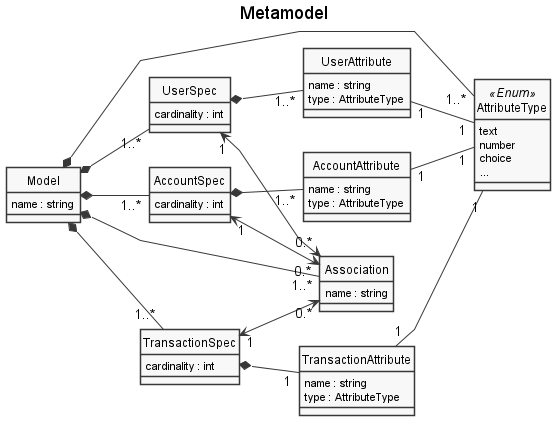
This is diagrams/metamodel.png from PeFerreira98/ISEP.Master.EDOM_2021, a PlantUML export, as it was before one commit. The source it was exported from:
```plantuml
@startuml metamodel.png

left to right direction

skinparam linetype polyline
skinparam monochrome true
skinparam packageStyle rect
skinparam shadowing false


title Metamodel

class Model {
    name : string
}

class UserSpec {
    cardinality : int
}

class UserAttribute {
    name : string
    type : AttributeType
}

class AccountSpec {
    cardinality : int
}

class AccountAttribute {
    name : string
    type : AttributeType
}

class TransactionSpec {
    cardinality : int
}

class TransactionAttribute {
    name : string
    type : AttributeType
}

class Association {
    name : string
}

class AttributeType <<Enum>> {
    text
    number
    choice
    ...
}

Model *--- "1..*" AttributeType

Model *-- "1..*" UserSpec
UserSpec *-- "1..*" UserAttribute
UserAttribute "1" -- "1" AttributeType

Model *-- "1..*" AccountSpec
AccountSpec *-- "1..*" AccountAttribute
AccountAttribute "1" -- "1" AttributeType

Model *-- "1..*" TransactionSpec
TransactionSpec *-- "1" TransactionAttribute
TransactionAttribute "1" -- "1" AttributeType

Model *--- "1..*" Association
UserSpec "1" <--> "0.*" Association
AccountSpec "1" <--> "0.*" Association
TransactionSpec "1" <--> "0.*" Association

hide circle

@enduml
```
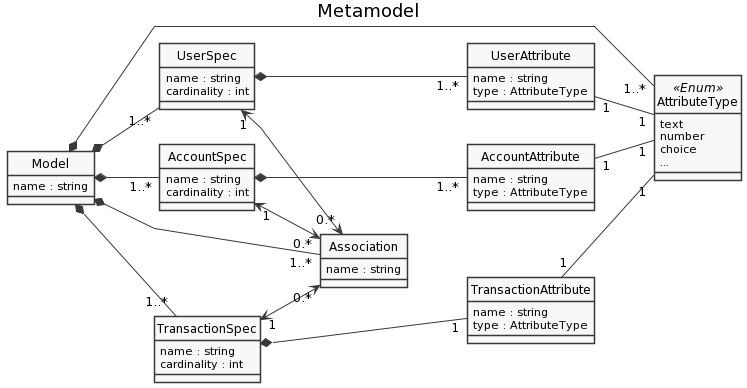
Later version of the same file.

Commit message:
#5 Design Metamodel

Diff of the diagram source:
```diff
@@ -1,5 +1,4 @@
-@startuml metamodel.png
-
+@startuml
 left to right direction
 
 skinparam linetype polyline
@@ -15,6 +14,7 @@
 }
 
 class UserSpec {
+    name : string
     cardinality : int
 }
 
@@ -24,6 +24,7 @@
 }
 
 class AccountSpec {
+    name : string
     cardinality : int
 }
 
@@ -33,6 +34,7 @@
 }
 
 class TransactionSpec {
+    name : string
     cardinality : int
 }
 
@@ -55,15 +57,15 @@
 Model *--- "1..*" AttributeType
 
 Model *-- "1..*" UserSpec
-UserSpec *-- "1..*" UserAttribute
+UserSpec *--- "1..*" UserAttribute
 UserAttribute "1" -- "1" AttributeType
 
 Model *-- "1..*" AccountSpec
-AccountSpec *-- "1..*" AccountAttribute
+AccountSpec *--- "1..*" AccountAttribute
 AccountAttribute "1" -- "1" AttributeType
 
 Model *-- "1..*" TransactionSpec
-TransactionSpec *-- "1" TransactionAttribute
+TransactionSpec *--- "1" TransactionAttribute
 TransactionAttribute "1" -- "1" AttributeType
 
 Model *--- "1..*" Association
@@ -72,5 +74,4 @@
 TransactionSpec "1" <--> "0.*" Association
 
 hide circle
-
 @enduml
```
